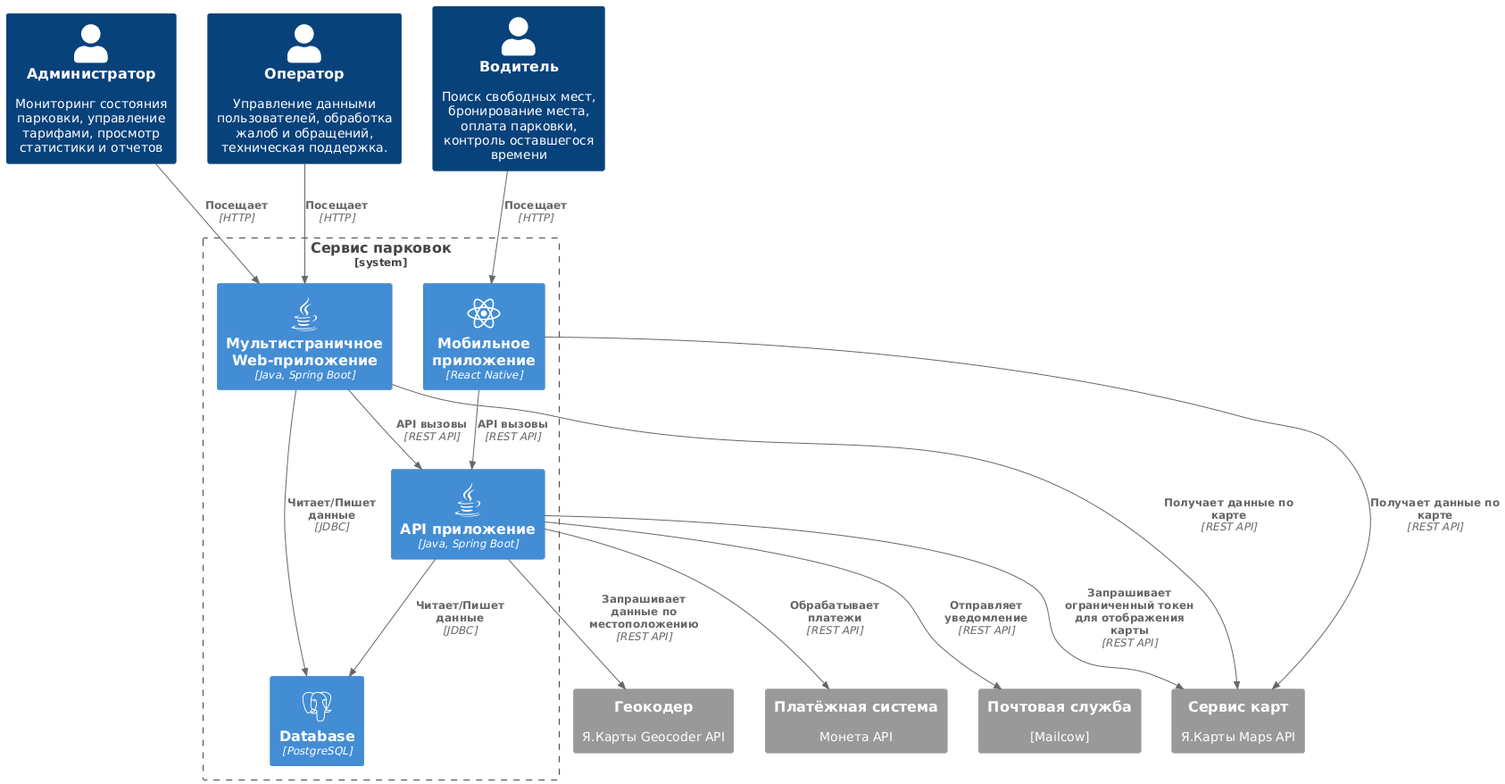
Earlier version of the PlantUML export out/2. Технический проект/2_container/Диаграмма контейнеров.png (jmv52aof/project-doc).
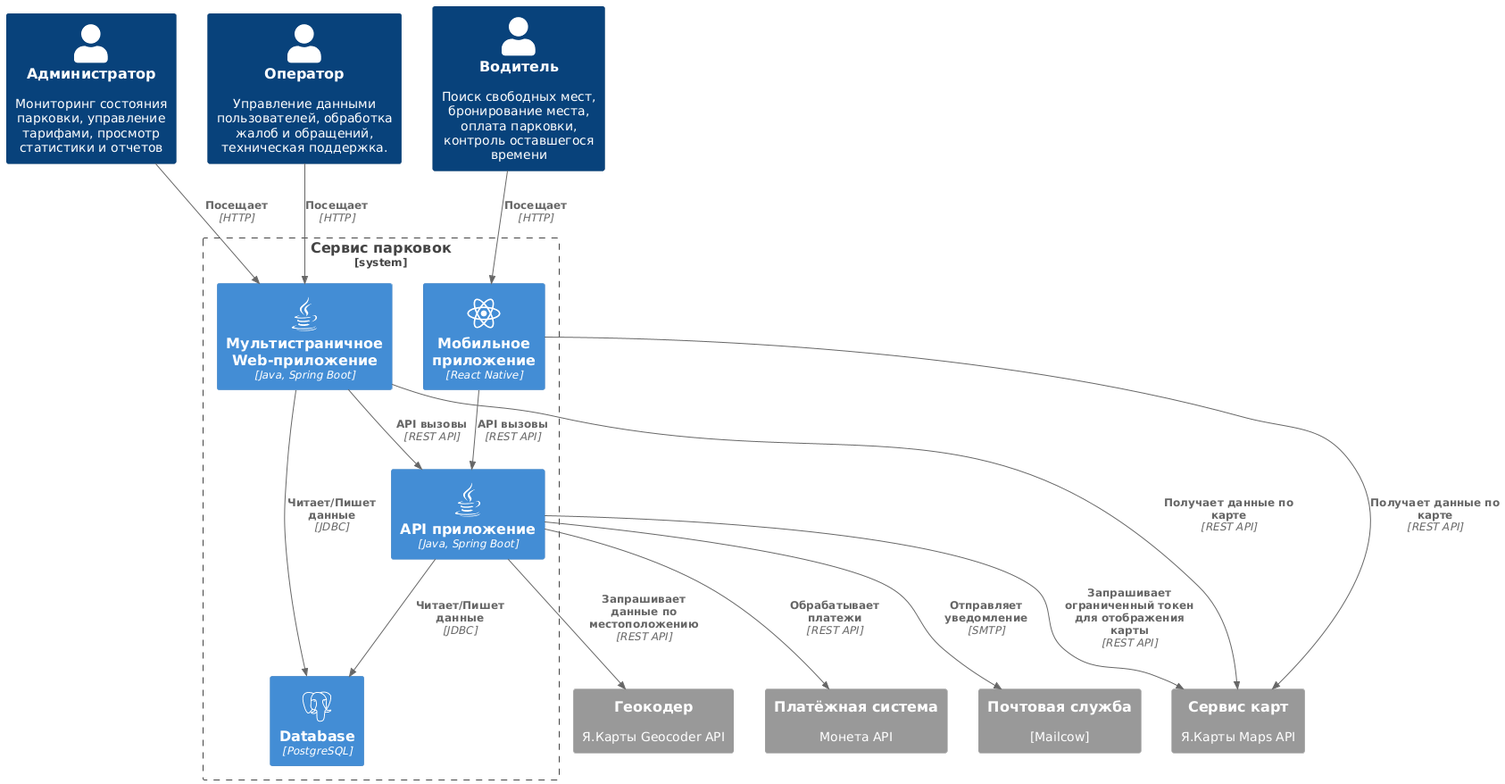
The same diagram one commit later.

The edit, as a diff of the source:
```diff
@@ -27,7 +27,7 @@
 Rel(admin, web_app, "Посещает", "HTTP")
 Rel(operator, web_app, "Посещает", "HTTP")
 Rel(driver, mobile_app, "Посещает", "HTTP")
-Rel(api_app, email_service, "Отправляет уведомление", "REST API")
+Rel(api_app, email_service, "Отправляет уведомление", "SMTP")
 Rel(api_app, geocoder_service, "Запрашивает данные по местоположению", "REST API")
 Rel(api_app, payment_system, "Обрабатывает платежи", "REST API")
 Rel(web_app, api_app, "API вызовы", "REST API")
```
